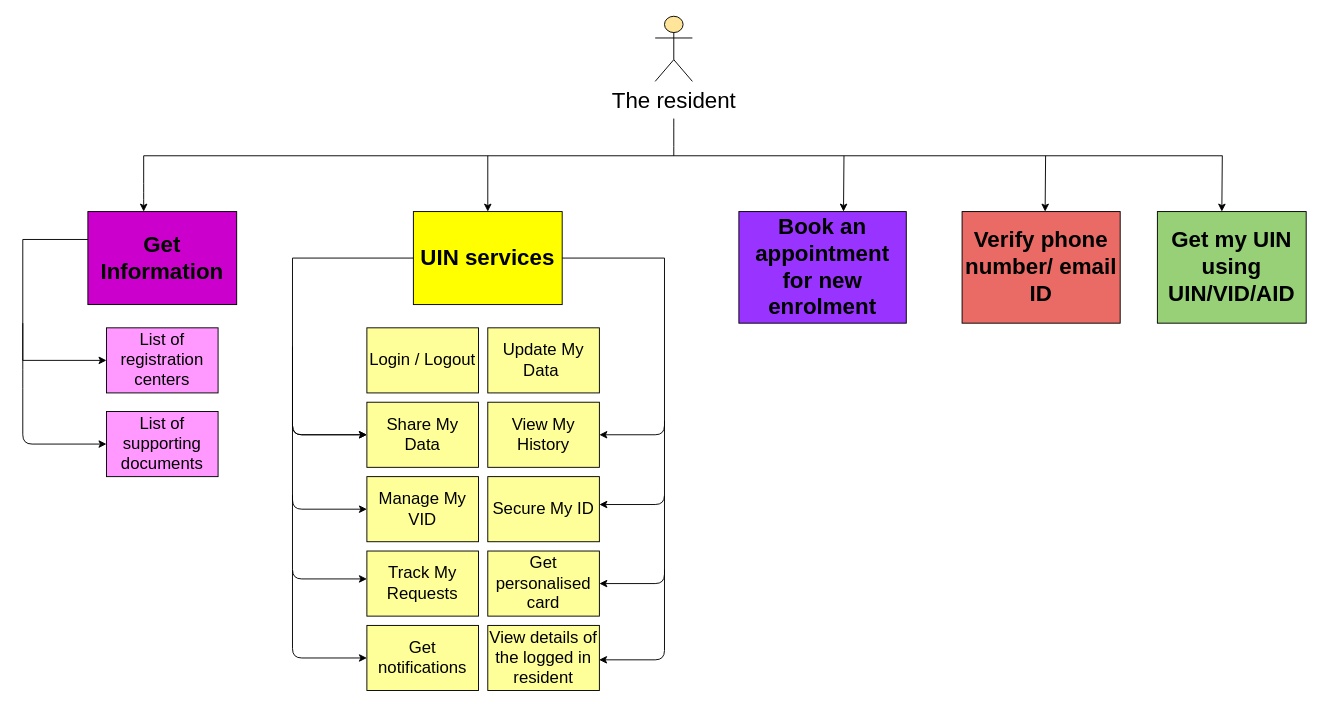
Before: docs/_images/rs-feature-list.drawio in mosip/documentation, a draw.io diagram. Source tidied: cells renumbered, new cells numbered last; positions are measured from the earlier drawing's top-left corner, leaving out a move shared by most shapes. Both pictures are drawn from the tidied source at 93%, with x=0, y=0 at pixel (22, 16).
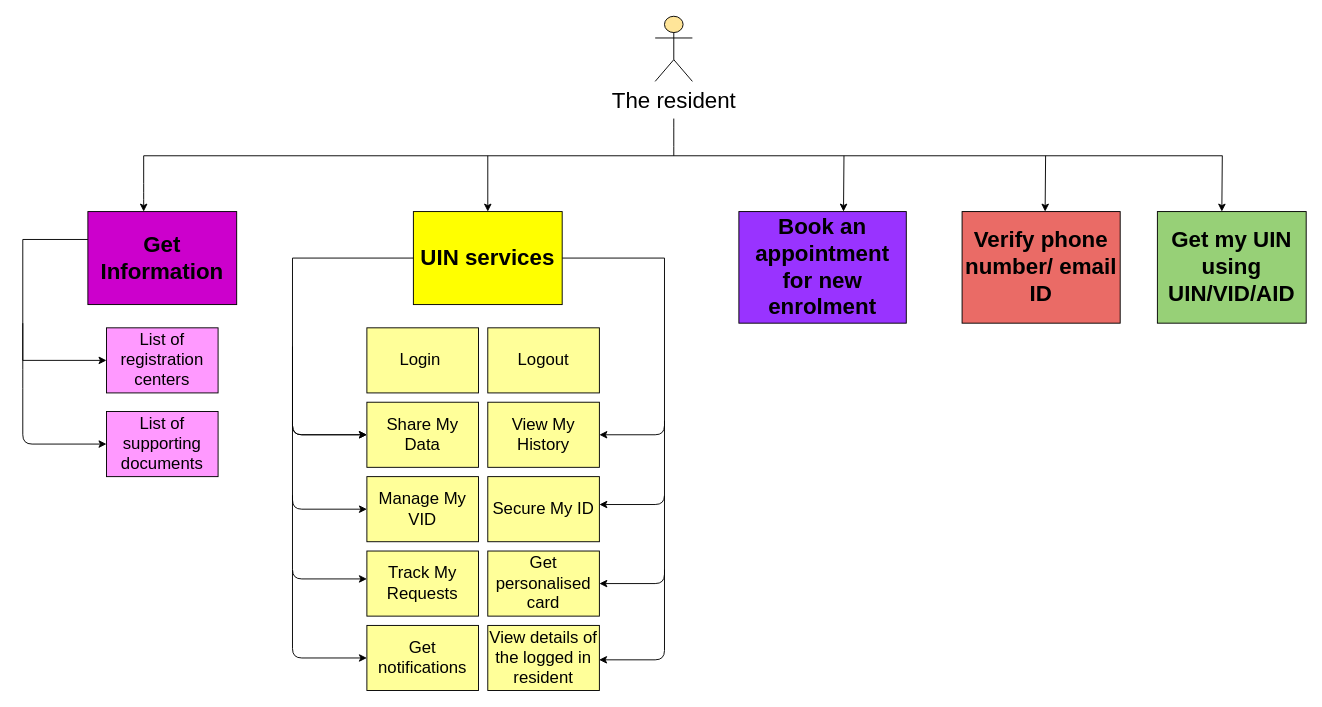
The same page after the edit.

What changed in the source:
```diff
@@
-    <mxCell id="13" value="&lt;font style=&quot;font-size: 18px&quot;&gt;Login / Logout&lt;/font&gt;" style="rounded=0;whiteSpace=wrap;html=1;fillColor=#FFFF99;" parent="1" vertex="1">
+    <mxCell id="13" value="&lt;font style=&quot;font-size: 18px&quot;&gt;Login&amp;nbsp;&lt;/font&gt;" style="rounded=0;whiteSpace=wrap;html=1;fillColor=#FFFF99;" parent="1" vertex="1">
       <mxGeometry x="370" y="335" width="120" height="70" as="geometry" />
     </mxCell>
@@
-    <mxCell id="20" value="&lt;font style=&quot;font-size: 18px&quot;&gt;Update My Data&amp;nbsp;&lt;/font&gt;" style="rounded=0;whiteSpace=wrap;html=1;fillColor=#FFFF99;" parent="1" vertex="1">
+    <mxCell id="20" value="&lt;span style=&quot;font-size: 18px;&quot;&gt;Logout&lt;/span&gt;" style="rounded=0;whiteSpace=wrap;html=1;fillColor=#FFFF99;" parent="1" vertex="1">
       <mxGeometry x="500" y="335" width="120" height="70" as="geometry" />
     </mxCell>
```
